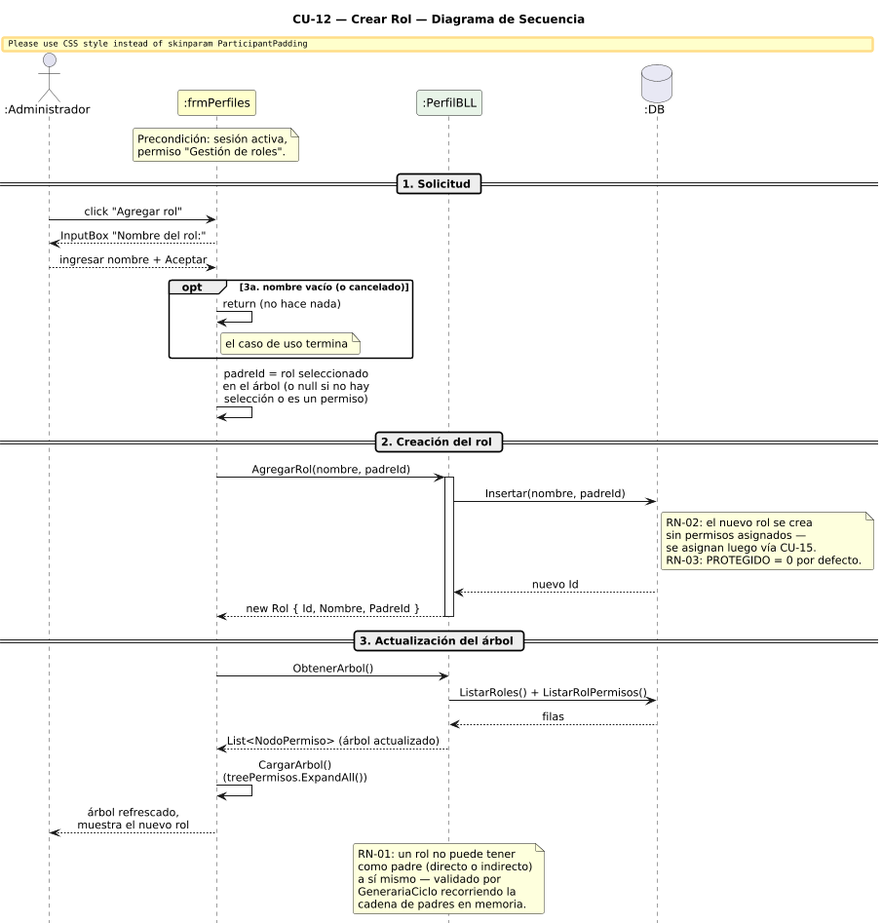
The PlantUML diagram DIAGRAMAS/DiagramaSecuencia_CU12_CrearRol.png in Jesifu/club-de-vinos-td, before a commit. Its diagram source:
```plantuml
@startuml DiagramaSecuencia_CU12_CrearRol

title CU-12 — Crear Rol — Diagrama de Secuencia

skinparam shadowing false
skinparam roundcorner 6
skinparam sequenceArrowThickness 1.2
skinparam ParticipantPadding 14
skinparam sequenceMessageAlign center
hide footbox
scale 0.85

actor       ":Administrador"  as A
participant ":frmPerfiles"    as FP #FEFECE
participant ":PerfilBLL"      as PB #E8F4E8
database    ":DB"             as DB #E8E8F4

note over FP
  Precondición: sesión activa,
  permiso "Gestión de roles".
end note

== 1. Solicitud ==

A -> FP : click "Agregar rol"
FP --> A : InputBox "Nombre del rol:"
A --> FP : ingresar nombre + Aceptar

opt 3a. nombre vacío (o cancelado)
  FP -> FP : return (no hace nada)
  note right of FP : el caso de uso termina
end

FP -> FP : padreId = rol seleccionado\nen el árbol (o null si no hay\nselección o es un permiso)

== 2. Creación del rol ==

FP -> PB : AgregarRol(nombre, padreId)
activate PB

PB -> DB : Insertar(nombre, padreId)
note right of DB
  RN-02: el nuevo rol se crea
  sin permisos asignados —
  se asignan luego vía CU-15.
  RN-03: PROTEGIDO = 0 por defecto.
end note
DB --> PB : nuevo Id
PB --> FP : new Rol { Id, Nombre, PadreId }
deactivate PB

== 3. Actualización del árbol ==

FP -> PB : ObtenerArbol()
PB -> DB : ListarRoles() + ListarRolPermisos()
DB --> PB : filas
PB --> FP : List<NodoPermiso> (árbol actualizado)
FP -> FP : CargarArbol()\n(treePermisos.ExpandAll())
FP --> A : árbol refrescado,\nmuestra el nuevo rol

note over PB
  RN-01: un rol no puede tener
  como padre (directo o indirecto)
  a sí mismo — validado por
  GenerariaCiclo recorriendo la
  cadena de padres en memoria.
end note

@enduml
```
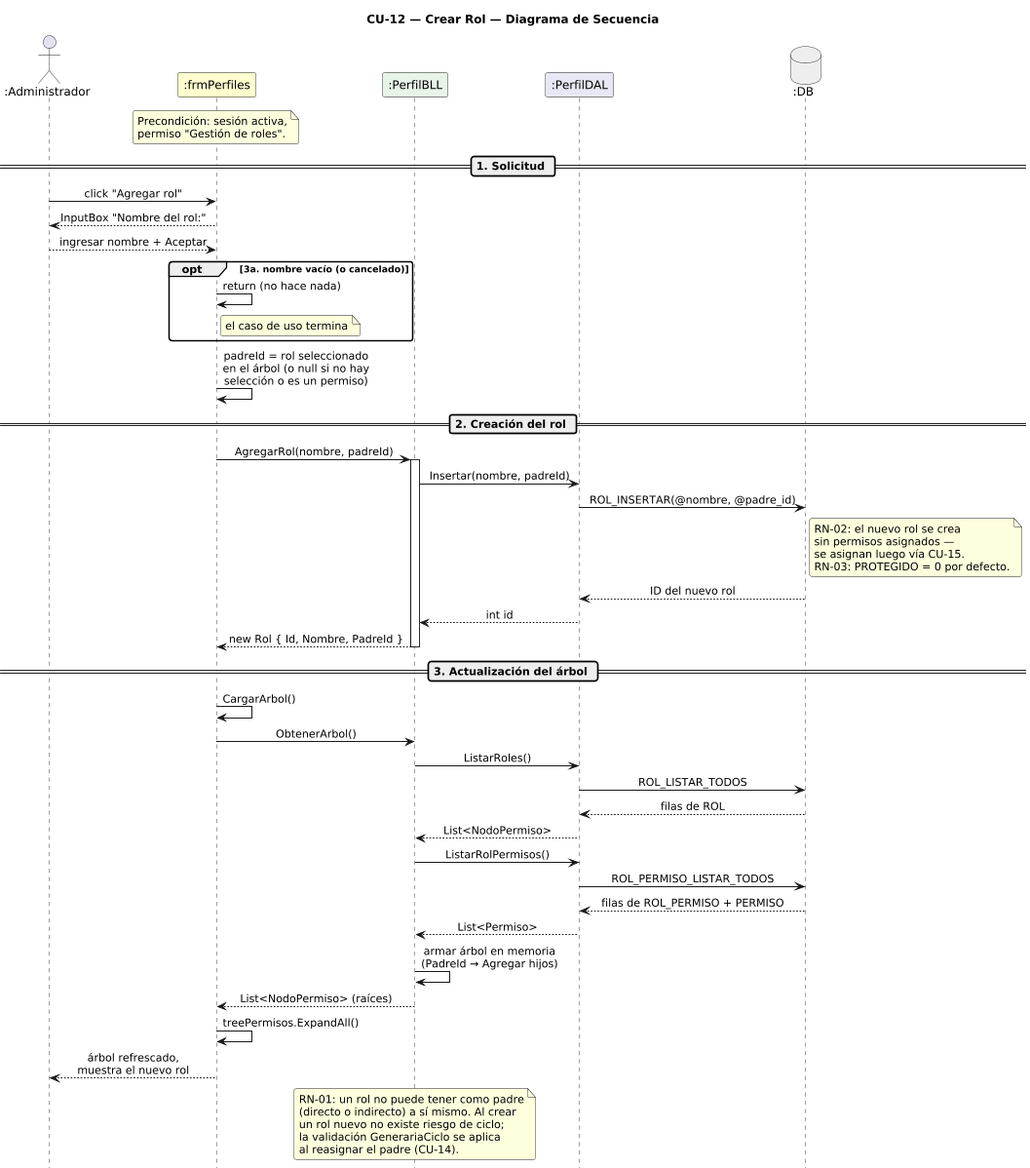
Later version of the same file.

The edit, as a diff of the source:
```diff
@@ -5,15 +5,15 @@
 skinparam shadowing false
 skinparam roundcorner 6
 skinparam sequenceArrowThickness 1.2
-skinparam ParticipantPadding 14
 skinparam sequenceMessageAlign center
 hide footbox
 scale 0.85
 
-actor       ":Administrador"  as A
-participant ":frmPerfiles"    as FP #FEFECE
-participant ":PerfilBLL"      as PB #E8F4E8
-database    ":DB"             as DB #E8E8F4
+actor       ":Administrador" as A
+participant ":frmPerfiles"   as FP #FEFECE
+participant ":PerfilBLL"     as PB #E8F4E8
+participant ":PerfilDAL"     as PD #E8E8F4
+database    ":DB"            as DB #EEEEEE
 
 note over FP
   Precondición: sesión activa,
@@ -38,32 +38,42 @@
 FP -> PB : AgregarRol(nombre, padreId)
 activate PB
 
-PB -> DB : Insertar(nombre, padreId)
+PB -> PD : Insertar(nombre, padreId)
+PD -> DB : ROL_INSERTAR(@nombre, @padre_id)
 note right of DB
   RN-02: el nuevo rol se crea
   sin permisos asignados —
   se asignan luego vía CU-15.
   RN-03: PROTEGIDO = 0 por defecto.
 end note
-DB --> PB : nuevo Id
+DB --> PD : ID del nuevo rol
+PD --> PB : int id
 PB --> FP : new Rol { Id, Nombre, PadreId }
 deactivate PB
 
 == 3. Actualización del árbol ==
 
+FP -> FP : CargarArbol()
 FP -> PB : ObtenerArbol()
-PB -> DB : ListarRoles() + ListarRolPermisos()
-DB --> PB : filas
-PB --> FP : List<NodoPermiso> (árbol actualizado)
-FP -> FP : CargarArbol()\n(treePermisos.ExpandAll())
+PB -> PD : ListarRoles()
+PD -> DB : ROL_LISTAR_TODOS
+DB --> PD : filas de ROL
+PD --> PB : List<NodoPermiso>
+PB -> PD : ListarRolPermisos()
+PD -> DB : ROL_PERMISO_LISTAR_TODOS
+DB --> PD : filas de ROL_PERMISO + PERMISO
+PD --> PB : List<Permiso>
+PB -> PB : armar árbol en memoria\n(PadreId → Agregar hijos)
+PB --> FP : List<NodoPermiso> (raíces)
+FP -> FP : treePermisos.ExpandAll()
 FP --> A : árbol refrescado,\nmuestra el nuevo rol
 
 note over PB
-  RN-01: un rol no puede tener
-  como padre (directo o indirecto)
-  a sí mismo — validado por
-  GenerariaCiclo recorriendo la
-  cadena de padres en memoria.
+  RN-01: un rol no puede tener como padre
+  (directo o indirecto) a sí mismo. Al crear
+  un rol nuevo no existe riesgo de ciclo;
+  la validación GenerariaCiclo se aplica
+  al reasignar el padre (CU-14).
 end note
 
 @enduml
```
